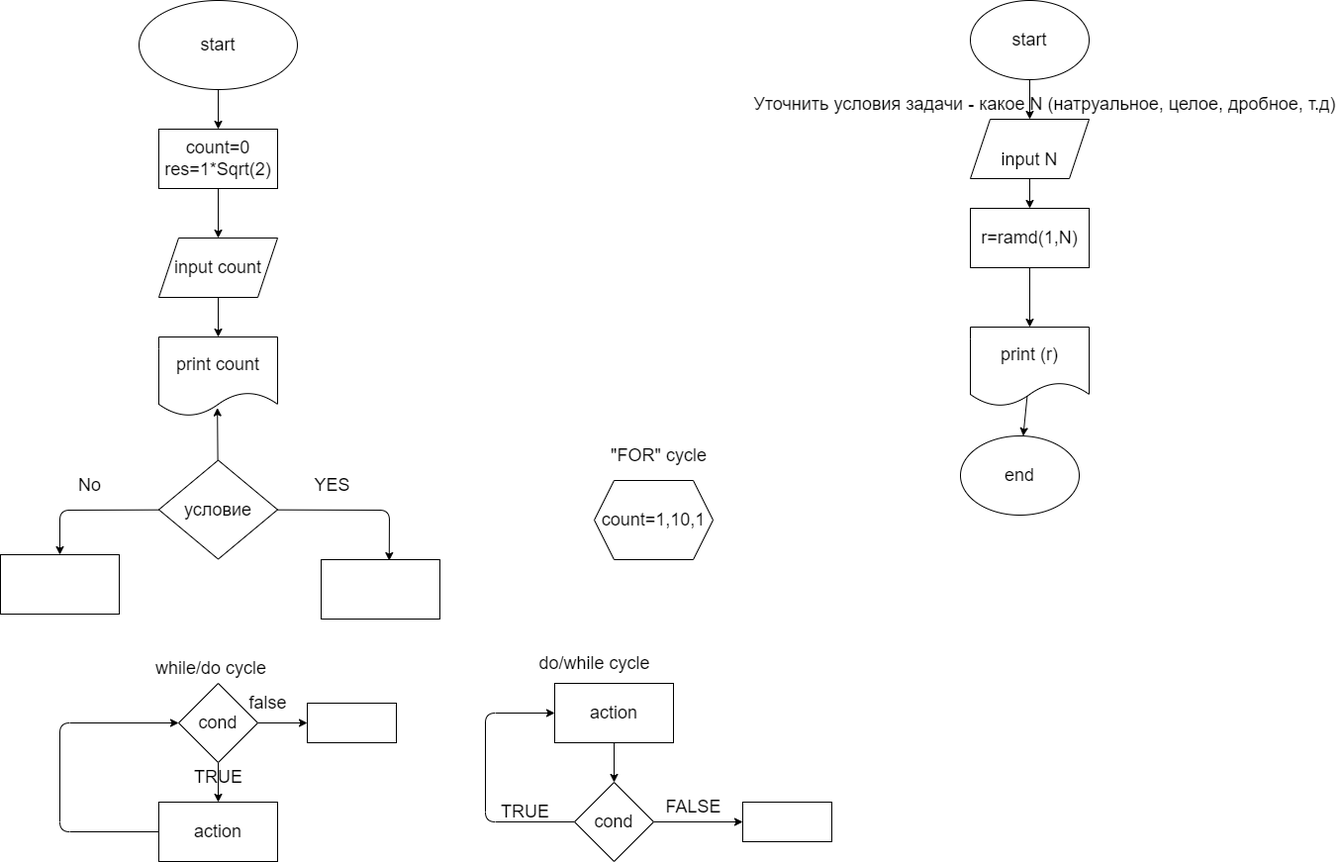
Pavel-P-Malyshev/Practice-1-repo keeps this draw.io diagram as ex000.drawio.png. Above is the earlier version. Source tidied: cells renumbered, new cells last; positions are measured from the earlier drawing's top-left corner, leaving out a move shared by most shapes.
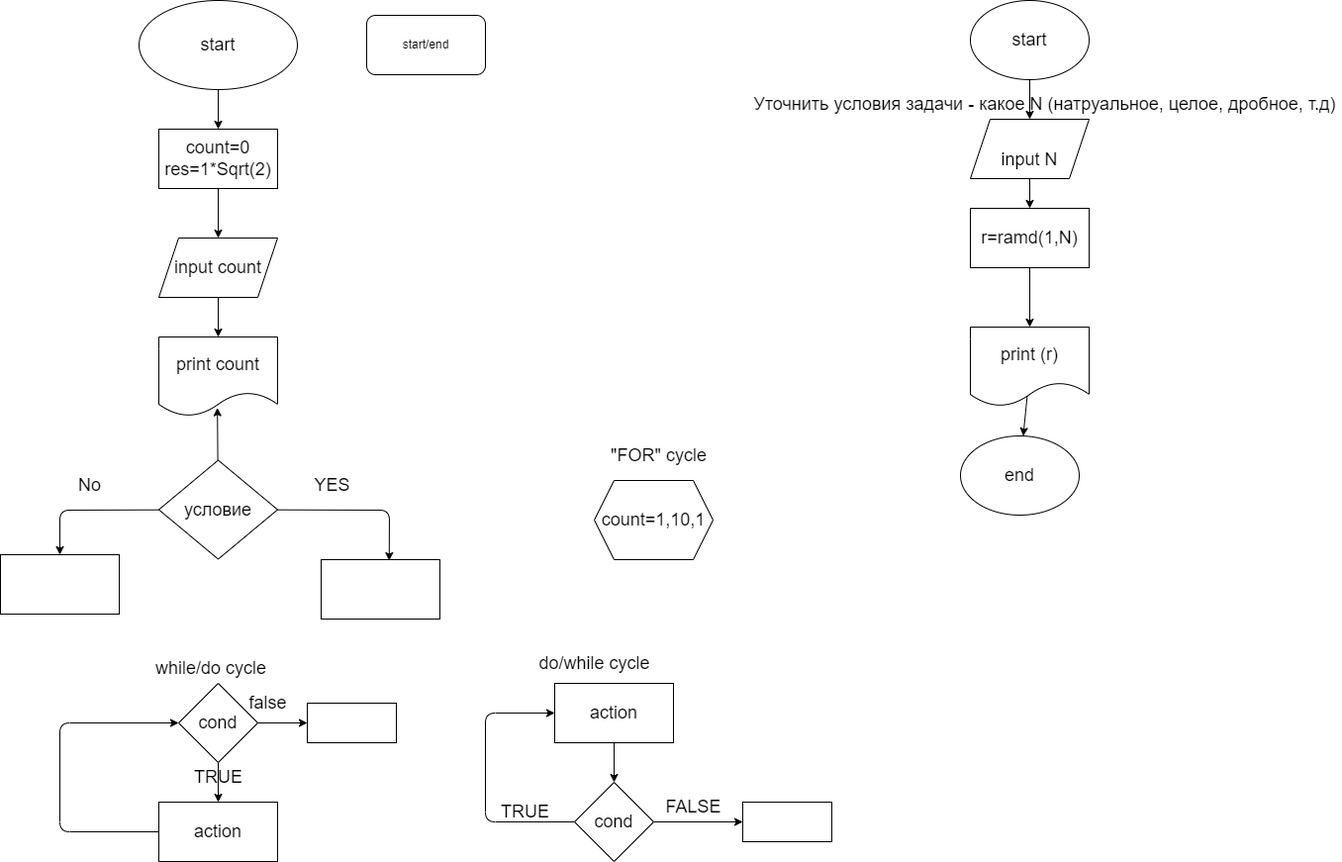
The same diagram one commit later.

Diff of the diagram source:
```diff
@@ -157,5 +157,8 @@
     <mxCell id="46" value="end" style="ellipse;whiteSpace=wrap;html=1;fontSize=18;" parent="1" vertex="1">
       <mxGeometry x="970" y="440" width="120" height="80" as="geometry" />
     </mxCell>
+    <mxCell id="47" value="start/end" style="rounded=1;whiteSpace=wrap;html=1;" parent="1" vertex="1">
+      <mxGeometry x="370" y="15" width="120" height="60" as="geometry" />
+    </mxCell>
   </root>
 </mxGraphModel>
```
